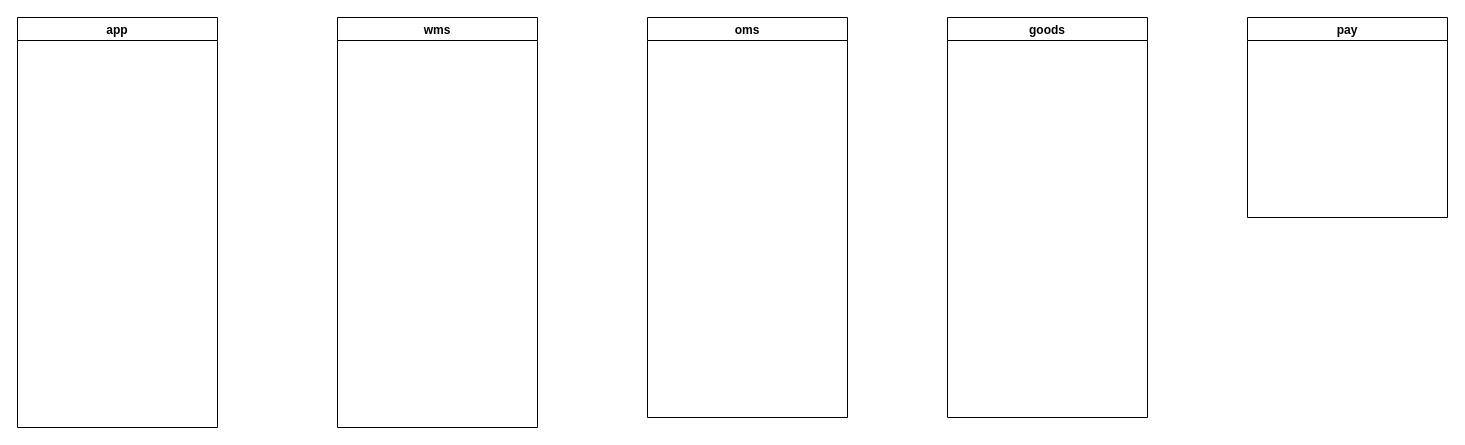
Before: 一货多供.drawio in bian0814/draw.io, a draw.io diagram. Source tidied: cells renumbered, new cells numbered last; positions are measured from the earlier drawing's top-left corner, leaving out a move shared by most shapes. Both pictures are drawn from the tidied source at 100%, with x=0, y=0 at pixel (17, 17).
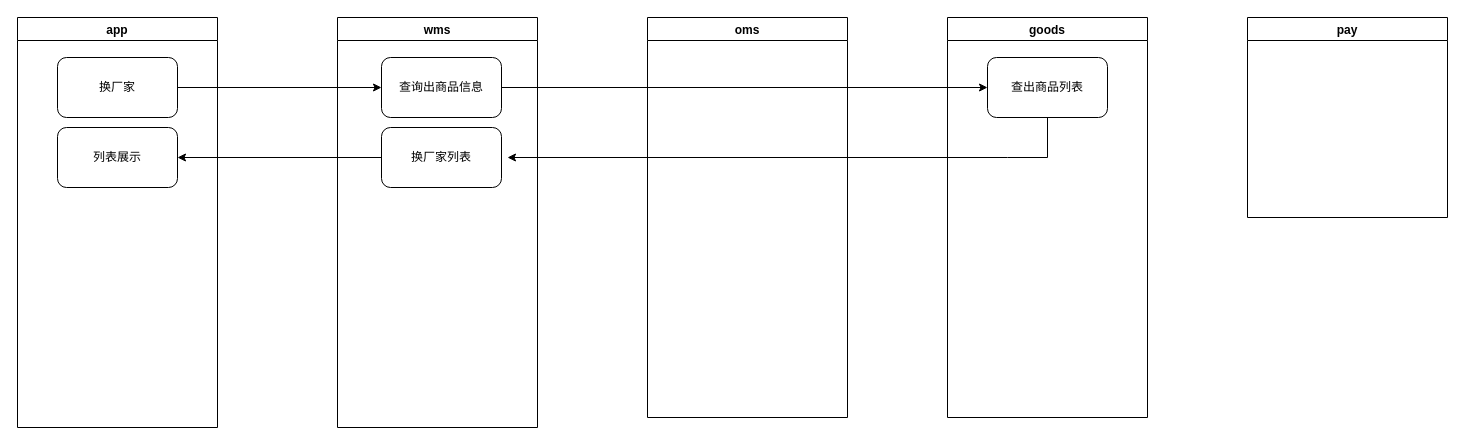
Above is the later version.

Commit message (it also covers changes not shown here):
更新一货多供.drawio

The edit, as a diff of the source:
```diff
@@
 <mxGraphModel>
   <root>
     <mxCell id="0" />
     <mxCell id="1" parent="0" />
     <mxCell id="2" value="app" style="swimlane;startSize=23;" parent="1" vertex="1">
       <mxGeometry width="200" height="410" as="geometry" />
     </mxCell>
+    <mxCell id="7" value="换厂家" style="rounded=1;whiteSpace=wrap;html=1;" parent="2" vertex="1">
+      <mxGeometry x="40" y="40" width="120" height="60" as="geometry" />
+    </mxCell>
+    <mxCell id="8" value="列表展示" style="whiteSpace=wrap;html=1;rounded=1;" parent="2" vertex="1">
+      <mxGeometry x="40" y="110" width="120" height="60" as="geometry" />
+    </mxCell>
     <mxCell id="3" value="wms" style="swimlane;" parent="1" vertex="1">
       <mxGeometry x="320" width="200" height="410" as="geometry" />
     </mxCell>
+    <mxCell id="9" value="查询出商品信息" style="whiteSpace=wrap;html=1;rounded=1;" parent="3" vertex="1">
+      <mxGeometry x="44" y="40" width="120" height="60" as="geometry" />
+    </mxCell>
+    <mxCell id="10" value="换厂家列表" style="rounded=1;whiteSpace=wrap;html=1;" parent="3" vertex="1">
+      <mxGeometry x="44" y="110" width="120" height="60" as="geometry" />
+    </mxCell>
     <mxCell id="4" value="oms" style="swimlane;" parent="1" vertex="1">
       <mxGeometry x="630" width="200" height="400" as="geometry" />
     </mxCell>
     <mxCell id="5" value="goods" style="swimlane;" parent="1" vertex="1">
       <mxGeometry x="930" width="200" height="400" as="geometry" />
     </mxCell>
+    <mxCell id="11" value="查出商品列表" style="whiteSpace=wrap;html=1;rounded=1;" parent="5" vertex="1">
+      <mxGeometry x="40" y="40" width="120" height="60" as="geometry" />
+    </mxCell>
     <mxCell id="6" value="pay" style="swimlane;startSize=23;" parent="1" vertex="1">
       <mxGeometry x="1230" width="200" height="200" as="geometry" />
     </mxCell>
+    <mxCell id="12" style="edgeStyle=orthogonalEdgeStyle;rounded=0;jettySize=auto;html=1;" parent="1" edge="1" source="7" target="9">
+      <mxGeometry relative="1" as="geometry" />
+    </mxCell>
+    <mxCell id="13" style="edgeStyle=orthogonalEdgeStyle;rounded=0;jettySize=auto;html=1;" parent="1" edge="1" source="9" target="11">
+      <mxGeometry relative="1" as="geometry" />
+    </mxCell>
+    <mxCell id="14" style="edgeStyle=orthogonalEdgeStyle;rounded=0;jettySize=auto;html=1;" parent="1" edge="1" source="11">
+      <mxGeometry relative="1" as="geometry">
+        <mxPoint x="490" y="140" as="targetPoint" />
+        <Array as="points">
+          <mxPoint x="1030" y="140" />
+          <mxPoint x="990" y="140" />
+        </Array>
+      </mxGeometry>
+    </mxCell>
+    <mxCell id="15" style="edgeStyle=orthogonalEdgeStyle;rounded=0;jettySize=auto;html=1;" parent="1" edge="1" source="10" target="8">
+      <mxGeometry relative="1" as="geometry" />
+    </mxCell>
   </root>
 </mxGraphModel>
```
